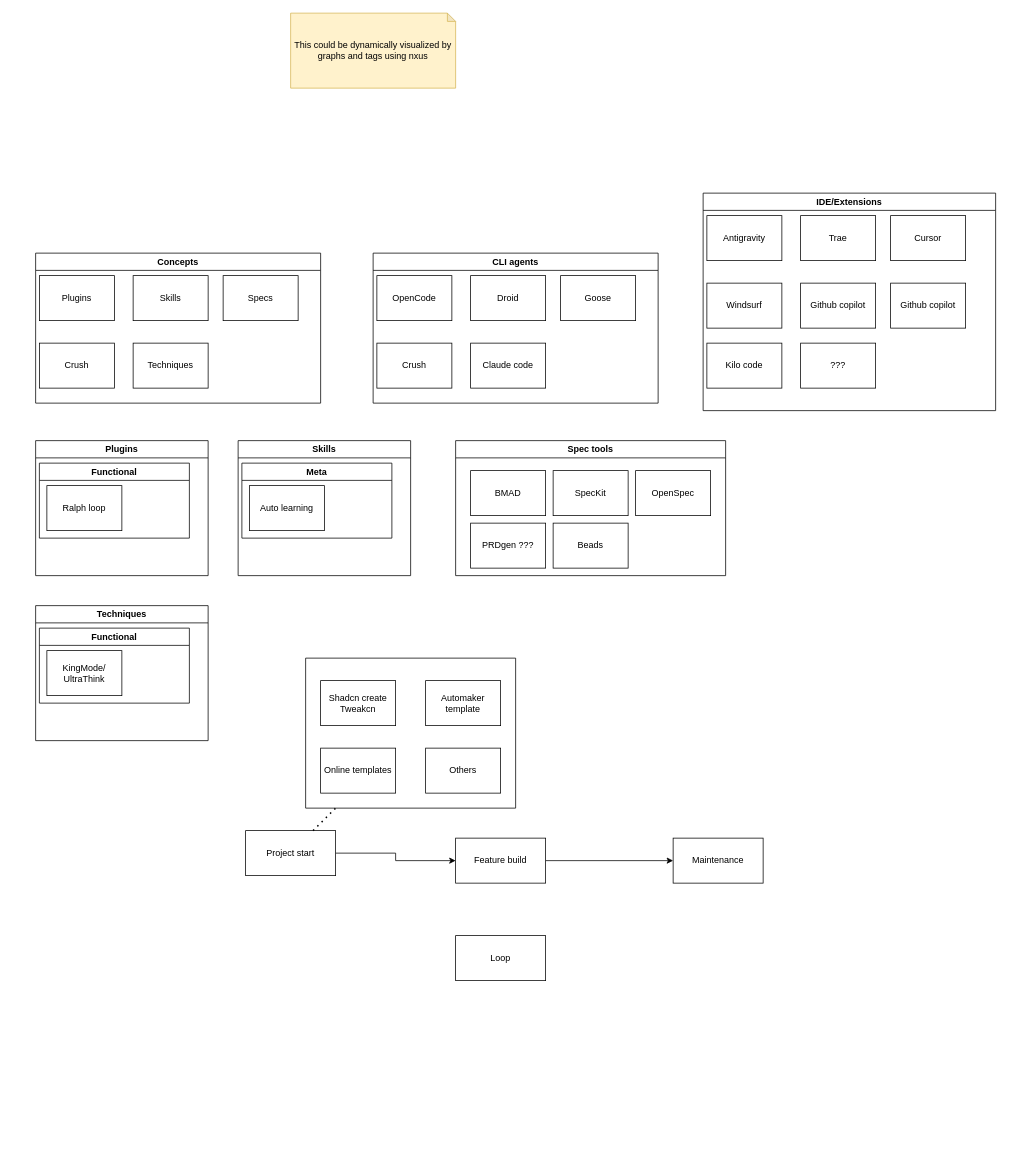
Before: packages/nxus-core/src/data/apps/_scripts/AI workflow.drawio in popemkt/nxus, a draw.io diagram. Source tidied: cells renumbered, new cells numbered last; positions are measured from the earlier drawing's top-left corner, leaving out a move shared by most shapes. Both pictures are drawn from the tidied source at 75%, with x=0, y=0 at pixel (35, 13).
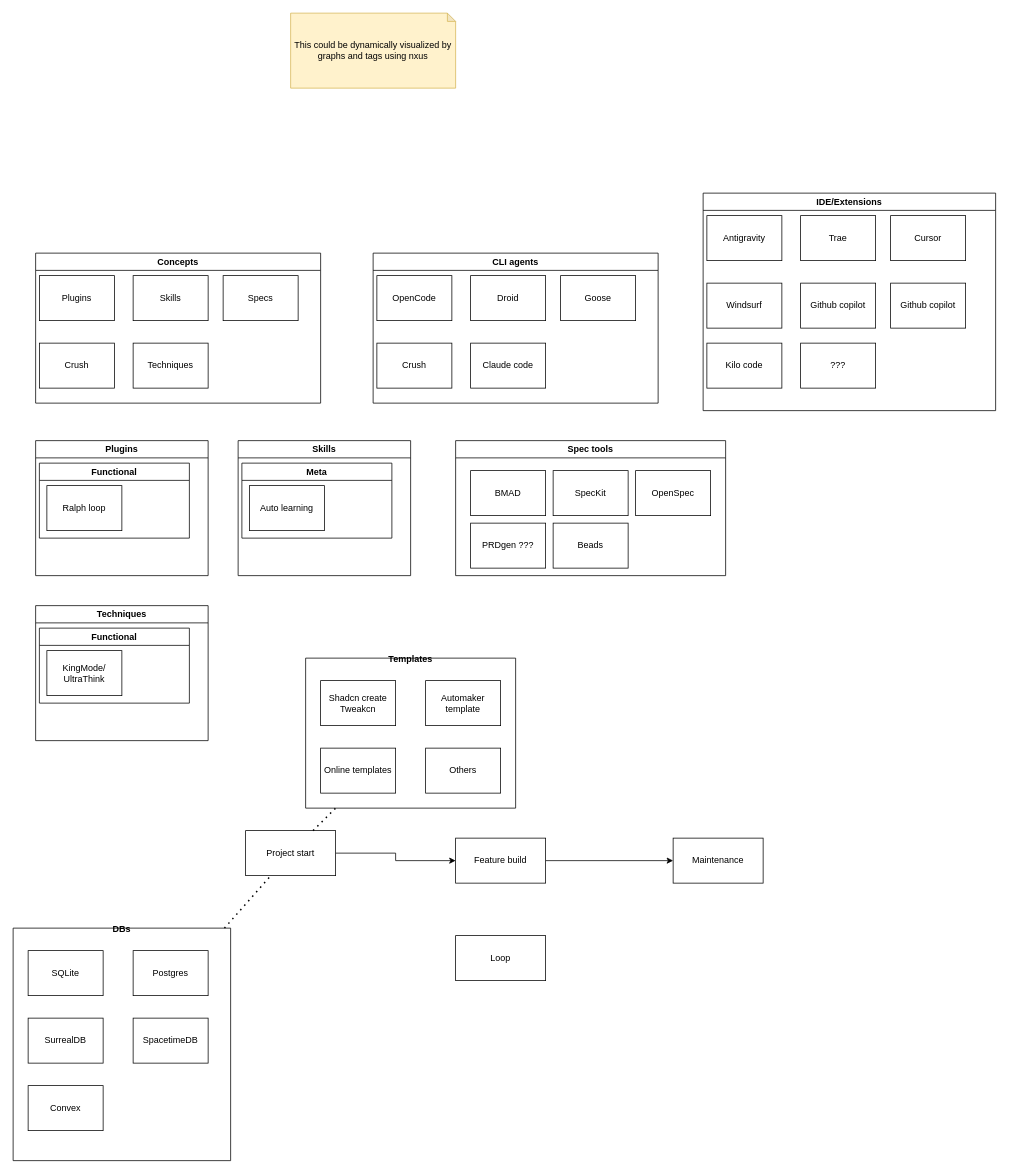
The same page after the edit.

Unchanged cells that the change refers to:
```xml
<mxCell id="40" value="Project start" style="rounded=0;whiteSpace=wrap;html=1;" parent="1" vertex="1">
  <mxGeometry x="280" y="1090" width="120" height="60" as="geometry" />
</mxCell>
```

What changed in the source:
```diff
@@
-    <mxCell id="41" style="swimlane;startSize=0;" parent="1" vertex="1">
+    <mxCell id="41" value="Templates" style="swimlane;startSize=0;" parent="1" vertex="1">
       <mxGeometry x="360" y="860" width="280" height="200" as="geometry" />
     </mxCell>
@@
+    <mxCell id="51" value="DBs" style="swimlane;startSize=0;" parent="1" vertex="1">
+      <mxGeometry x="-30" y="1220" width="290" height="310" as="geometry" />
+    </mxCell>
+    <mxCell id="52" value="SQLite" style="rounded=0;whiteSpace=wrap;html=1;" parent="51" vertex="1">
+      <mxGeometry x="20" y="30" width="100" height="60" as="geometry" />
+    </mxCell>
+    <mxCell id="53" value="Postgres" style="rounded=0;whiteSpace=wrap;html=1;" parent="51" vertex="1">
+      <mxGeometry x="160" y="30" width="100" height="60" as="geometry" />
+    </mxCell>
+    <mxCell id="54" value="SurrealDB" style="rounded=0;whiteSpace=wrap;html=1;" parent="51" vertex="1">
+      <mxGeometry x="20" y="120" width="100" height="60" as="geometry" />
+    </mxCell>
+    <mxCell id="55" value="SpacetimeDB" style="rounded=0;whiteSpace=wrap;html=1;" parent="51" vertex="1">
+      <mxGeometry x="160" y="120" width="100" height="60" as="geometry" />
+    </mxCell>
+    <mxCell id="56" value="Convex" style="rounded=0;whiteSpace=wrap;html=1;" parent="51" vertex="1">
+      <mxGeometry x="20" y="210" width="100" height="60" as="geometry" />
+    </mxCell>
+    <mxCell id="57" style="endArrow=none;dashed=1;html=1;dashPattern=1 3;strokeWidth=2;rounded=0;" parent="1" edge="1" source="51" target="40">
+      <mxGeometry relative="1" as="geometry" />
+    </mxCell>
```
